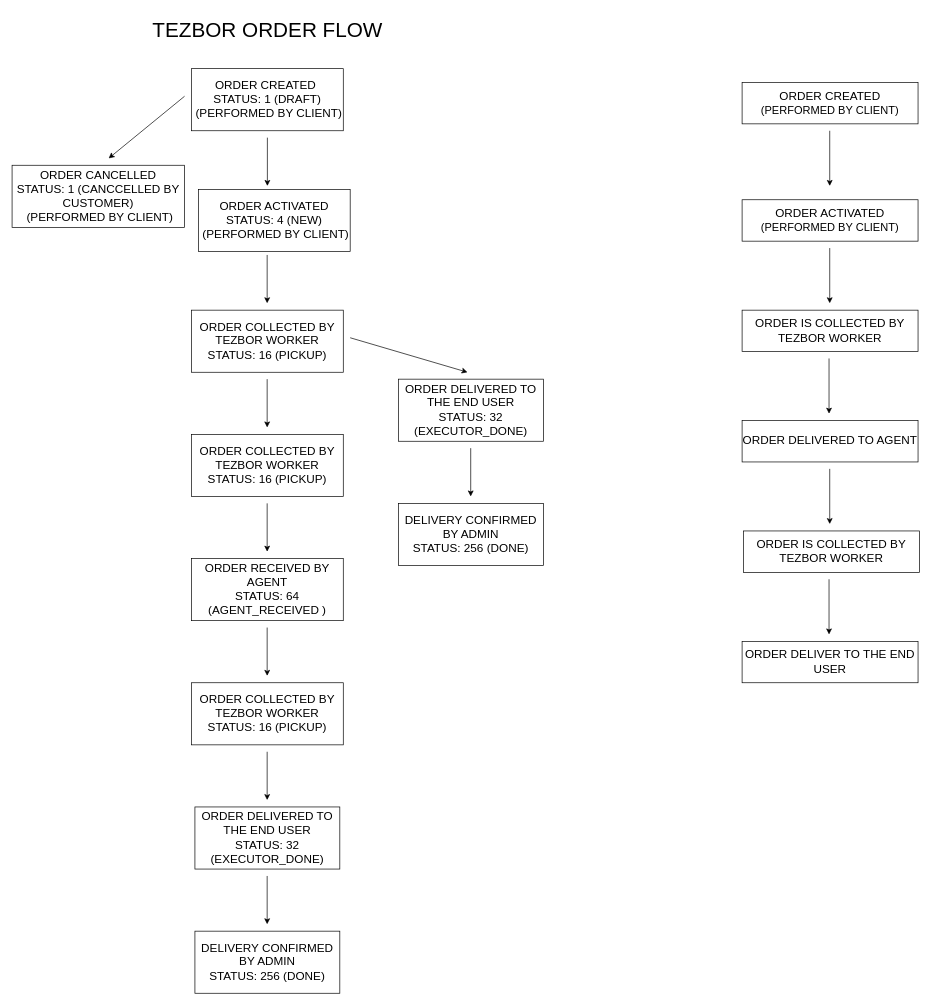
This is Tezbor-flow.drawio from shukurillo0516/tezbor-back-diagrams, a draw.io file, before an edit. Source tidied: cells renumbered, new cells numbered last; positions are measured from the earlier drawing's top-left corner, leaving out a move shared by most shapes. Both pictures are drawn from the tidied source at 69%, with x=0, y=0 at pixel (12, 12).
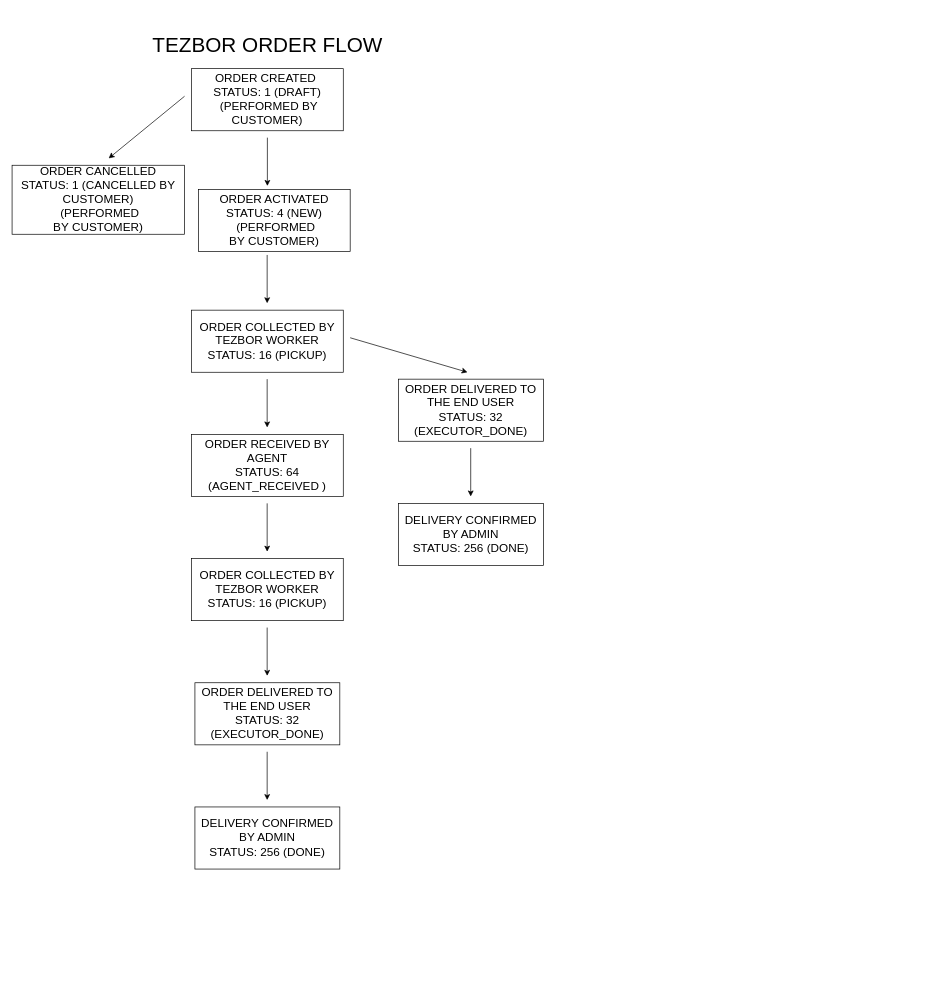
After the change.

Diff of the diagram source:
```diff
@@
-    <mxCell id="2" value="&lt;font style=&quot;font-size: 17px;&quot;&gt;ORDER CREATED&lt;/font&gt; &lt;font style=&quot;font-size: 16px;&quot;&gt;(PERFORMED BY CLIENT)&lt;/font&gt;" style="rounded=0;whiteSpace=wrap;html=1;" parent="1" vertex="1">
-      <mxGeometry x="1058" y="102" width="255" height="60" as="geometry" />
-    </mxCell>
-    <mxCell id="3" style="endArrow=classic;html=1;rounded=0;" parent="1" edge="1">
-      <mxGeometry relative="1" as="geometry">
-        <mxPoint x="1185" y="172" as="sourcePoint" />
-        <mxPoint x="1185" y="252" as="targetPoint" />
-      </mxGeometry>
-    </mxCell>
-    <mxCell id="4" value="&lt;font style=&quot;font-size: 17px;&quot;&gt;ORDER ACTIVATED&lt;/font&gt; &lt;font style=&quot;font-size: 16px;&quot;&gt;(PERFORMED BY CLIENT)&lt;/font&gt;" style="rounded=0;whiteSpace=wrap;html=1;" parent="1" vertex="1">
-      <mxGeometry x="1058" y="272" width="255" height="60" as="geometry" />
-    </mxCell>
-    <mxCell id="5" value="&lt;font style=&quot;font-size: 17px;&quot;&gt;ORDER DELIVERED TO AGENT&lt;br&gt;&lt;/font&gt;" style="rounded=0;whiteSpace=wrap;html=1;" parent="1" vertex="1">
-      <mxGeometry x="1058" y="592" width="255" height="60" as="geometry" />
-    </mxCell>
-    <mxCell id="6" style="endArrow=classic;html=1;rounded=0;" parent="1" edge="1">
-      <mxGeometry relative="1" as="geometry">
-        <mxPoint x="1185" y="342" as="sourcePoint" />
-        <mxPoint x="1185" y="422" as="targetPoint" />
-        <Array as="points">
-          <mxPoint x="1185" y="422" />
-        </Array>
-      </mxGeometry>
-    </mxCell>
-    <mxCell id="7" style="endArrow=classic;html=1;rounded=0;" parent="1" edge="1">
-      <mxGeometry relative="1" as="geometry">
-        <mxPoint x="1184" y="502" as="sourcePoint" />
-        <mxPoint x="1184" y="582" as="targetPoint" />
-        <Array as="points">
-          <mxPoint x="1184" y="582" />
-        </Array>
-      </mxGeometry>
-    </mxCell>
-    <mxCell id="8" style="endArrow=classic;html=1;rounded=0;" parent="1" edge="1">
-      <mxGeometry relative="1" as="geometry">
-        <mxPoint x="1185" y="662" as="sourcePoint" />
-        <mxPoint x="1185" y="742" as="targetPoint" />
-        <Array as="points">
-          <mxPoint x="1185" y="742" />
-        </Array>
-      </mxGeometry>
-    </mxCell>
-    <mxCell id="9" style="endArrow=classic;html=1;rounded=0;" parent="1" edge="1" target="10">
-      <mxGeometry relative="1" as="geometry">
-        <mxPoint x="1160" y="462" as="sourcePoint" />
-      </mxGeometry>
-    </mxCell>
-    <mxCell id="10" value="&lt;font style=&quot;font-size: 17px;&quot;&gt;ORDER IS COLLECTED BY TEZBOR WORKER&lt;/font&gt;" style="rounded=0;whiteSpace=wrap;html=1;" parent="1" vertex="1">
-      <mxGeometry x="1058" y="432" width="255" height="60" as="geometry" />
-    </mxCell>
-    <mxCell id="11" value="&lt;font style=&quot;font-size: 17px;&quot;&gt;ORDER IS COLLECTED BY TEZBOR WORKER&lt;/font&gt;" style="rounded=0;whiteSpace=wrap;html=1;" parent="1" vertex="1">
-      <mxGeometry x="1060" y="752" width="255" height="60" as="geometry" />
-    </mxCell>
-    <mxCell id="12" value="&lt;font style=&quot;font-size: 17px;&quot;&gt;ORDER DELIVER TO THE END USER&lt;/font&gt;" style="rounded=0;whiteSpace=wrap;html=1;" parent="1" vertex="1">
-      <mxGeometry x="1058" y="912" width="255" height="60" as="geometry" />
-    </mxCell>
-    <mxCell id="13" style="endArrow=classic;html=1;rounded=0;" parent="1" edge="1">
-      <mxGeometry relative="1" as="geometry">
-        <mxPoint x="1184" y="822" as="sourcePoint" />
-        <mxPoint x="1184" y="902" as="targetPoint" />
-        <Array as="points">
-          <mxPoint x="1184" y="902" />
-        </Array>
-      </mxGeometry>
-    </mxCell>
-    <mxCell id="14" value="&lt;div style=&quot;font-size: 17px;&quot;&gt;&lt;font style=&quot;font-size: 17px;&quot;&gt;ORDER CREATED&amp;nbsp;&lt;/font&gt;&lt;/div&gt;&lt;div style=&quot;font-size: 17px;&quot;&gt;&lt;font style=&quot;font-size: 17px;&quot;&gt;STATUS: 1 (DRAFT)&lt;/font&gt;&lt;/div&gt;&lt;div style=&quot;font-size: 17px;&quot;&gt;&lt;font style=&quot;font-size: 17px;&quot;&gt;&amp;nbsp;(PERFORMED BY CLIENT)&lt;/font&gt;&lt;/div&gt;" style="rounded=0;whiteSpace=wrap;html=1;" parent="1" vertex="1">
+    <mxCell id="14" value="&lt;div style=&quot;font-size: 17px;&quot;&gt;&lt;font style=&quot;font-size: 17px;&quot;&gt;ORDER CREATED&amp;nbsp;&lt;/font&gt;&lt;/div&gt;&lt;div style=&quot;font-size: 17px;&quot;&gt;&lt;font style=&quot;font-size: 17px;&quot;&gt;STATUS: 1 (DRAFT)&lt;/font&gt;&lt;/div&gt;&lt;div style=&quot;font-size: 17px;&quot;&gt;&lt;font style=&quot;font-size: 17px;&quot;&gt;&amp;nbsp;(PERFORMED BY CUSTOMER)&lt;/font&gt;&lt;/div&gt;" style="rounded=0;whiteSpace=wrap;html=1;" parent="1" vertex="1">
       <mxGeometry x="260" y="82" width="220" height="90" as="geometry" />
     </mxCell>
@@
-    <mxCell id="16" value="&lt;div style=&quot;font-size: 17px;&quot;&gt;&lt;font style=&quot;font-size: 17px;&quot;&gt;ORDER CANCELLED&lt;/font&gt;&lt;/div&gt;&lt;div style=&quot;font-size: 17px;&quot;&gt;&lt;font style=&quot;font-size: 17px;&quot;&gt;STATUS: 1 (CANCCELLED BY CUSTOMER)&lt;br&gt;&lt;/font&gt;&lt;/div&gt;&lt;div style=&quot;font-size: 17px;&quot;&gt;&lt;font style=&quot;font-size: 17px;&quot;&gt;&amp;nbsp;(PERFORMED BY CLIENT)&lt;/font&gt;&lt;/div&gt;" style="rounded=0;whiteSpace=wrap;html=1;" parent="1" vertex="1">
-      <mxGeometry y="222" width="250" height="90" as="geometry" />
+    <mxCell id="16" value="&lt;div style=&quot;font-size: 17px;&quot;&gt;&lt;font style=&quot;font-size: 17px;&quot;&gt;ORDER CANCELLED&lt;/font&gt;&lt;/div&gt;&lt;div style=&quot;font-size: 17px;&quot;&gt;&lt;font style=&quot;font-size: 17px;&quot;&gt;STATUS: 1 (CANCELLED BY CUSTOMER)&lt;br&gt;&lt;/font&gt;&lt;/div&gt;&lt;div style=&quot;font-size: 17px;&quot;&gt;&lt;font style=&quot;font-size: 17px;&quot;&gt;&amp;nbsp;(PERFORMED BY&amp;nbsp;&lt;/font&gt;&lt;font style=&quot;font-size: 17px;&quot;&gt;CUSTOMER&lt;/font&gt;&lt;font style=&quot;font-size: 17px;&quot;&gt;)&lt;/font&gt;&lt;/div&gt;" style="rounded=0;whiteSpace=wrap;html=1;" parent="1" vertex="1">
+      <mxGeometry y="222" width="250" height="100" as="geometry" />
     </mxCell>
-    <mxCell id="17" value="&lt;div style=&quot;font-size: 17px;&quot;&gt;&lt;font style=&quot;font-size: 17px;&quot;&gt;ORDER ACTIVATED&lt;br&gt;&lt;/font&gt;&lt;/div&gt;&lt;div style=&quot;font-size: 17px;&quot;&gt;&lt;font style=&quot;font-size: 17px;&quot;&gt;STATUS: 4 (NEW)&lt;/font&gt;&lt;/div&gt;&lt;div style=&quot;font-size: 17px;&quot;&gt;&lt;font style=&quot;font-size: 17px;&quot;&gt;&amp;nbsp;(PERFORMED BY CLIENT)&lt;/font&gt;&lt;/div&gt;" style="rounded=0;whiteSpace=wrap;html=1;" parent="1" vertex="1">
+    <mxCell id="17" value="&lt;div style=&quot;font-size: 17px;&quot;&gt;&lt;font style=&quot;font-size: 17px;&quot;&gt;ORDER ACTIVATED&lt;br&gt;&lt;/font&gt;&lt;/div&gt;&lt;div style=&quot;font-size: 17px;&quot;&gt;&lt;font style=&quot;font-size: 17px;&quot;&gt;STATUS: 4 (NEW)&lt;/font&gt;&lt;/div&gt;&lt;div style=&quot;font-size: 17px;&quot;&gt;&lt;font style=&quot;font-size: 17px;&quot;&gt;&amp;nbsp;(PERFORMED BY&amp;nbsp;&lt;/font&gt;&lt;font style=&quot;font-size: 17px;&quot;&gt;CUSTOMER&lt;/font&gt;&lt;font style=&quot;font-size: 17px;&quot;&gt;)&lt;/font&gt;&lt;/div&gt;" style="rounded=0;whiteSpace=wrap;html=1;" parent="1" vertex="1">
       <mxGeometry x="270" y="257" width="220" height="90" as="geometry" />
     </mxCell>
@@
-    <mxCell id="21" value="&lt;div style=&quot;font-size: 17px;&quot;&gt;&lt;font style=&quot;font-size: 17px;&quot;&gt;ORDER COLLECTED BY TEZBOR WORKER&lt;br&gt;&lt;/font&gt;&lt;/div&gt;&lt;div style=&quot;font-size: 17px;&quot;&gt;&lt;font style=&quot;font-size: 17px;&quot;&gt;STATUS: 16 (PICKUP)&lt;/font&gt;&lt;/div&gt;" style="rounded=0;whiteSpace=wrap;html=1;" parent="1" vertex="1">
-      <mxGeometry x="260" y="612" width="220" height="90" as="geometry" />
-    </mxCell>
@@
     <mxCell id="27" value="&lt;div style=&quot;font-size: 17px;&quot;&gt;&lt;font style=&quot;font-size: 17px;&quot;&gt;ORDER RECEIVED BY AGENT&lt;br&gt;&lt;/font&gt;&lt;/div&gt;&lt;div style=&quot;font-size: 17px;&quot;&gt;&lt;font style=&quot;font-size: 17px;&quot;&gt;STATUS:&amp;nbsp;&lt;/font&gt;64&lt;font style=&quot;font-size: 17px;&quot;&gt; (&lt;/font&gt;AGENT_RECEIVED &lt;font style=&quot;font-size: 17px;&quot;&gt;)&lt;/font&gt;&lt;/div&gt;" style="rounded=0;whiteSpace=wrap;html=1;" parent="1" vertex="1">
-      <mxGeometry x="260" y="792" width="220" height="90" as="geometry" />
+      <mxGeometry x="260" y="612" width="220" height="90" as="geometry" />
     </mxCell>
-    <mxCell id="28" style="endArrow=classic;html=1;rounded=0;" parent="1" edge="1">
-      <mxGeometry relative="1" as="geometry">
-        <mxPoint x="369.7" y="712" as="sourcePoint" />
-        <mxPoint x="369.7" y="782" as="targetPoint" />
-      </mxGeometry>
-    </mxCell>
     <mxCell id="29" value="&lt;div style=&quot;font-size: 17px;&quot;&gt;&lt;font style=&quot;font-size: 17px;&quot;&gt;ORDER COLLECTED BY TEZBOR WORKER&lt;br&gt;&lt;/font&gt;&lt;/div&gt;&lt;div style=&quot;font-size: 17px;&quot;&gt;&lt;font style=&quot;font-size: 17px;&quot;&gt;STATUS: 16 (PICKUP)&lt;/font&gt;&lt;/div&gt;" style="rounded=0;whiteSpace=wrap;html=1;" parent="1" vertex="1">
-      <mxGeometry x="260" y="972" width="220" height="90" as="geometry" />
+      <mxGeometry x="260" y="792" width="220" height="90" as="geometry" />
     </mxCell>
     <mxCell id="30" style="endArrow=classic;html=1;rounded=0;" parent="1" edge="1">
       <mxGeometry relative="1" as="geometry">
-        <mxPoint x="369.7" y="1072" as="sourcePoint" />
-        <mxPoint x="369.7" y="1142" as="targetPoint" />
+        <mxPoint x="369.7" y="892" as="sourcePoint" />
+        <mxPoint x="369.7" y="962" as="targetPoint" />
       </mxGeometry>
     </mxCell>
     <mxCell id="31" style="endArrow=classic;html=1;rounded=0;" parent="1" edge="1">
       <mxGeometry relative="1" as="geometry">
-        <mxPoint x="369.7" y="892" as="sourcePoint" />
-        <mxPoint x="369.7" y="962" as="targetPoint" />
+        <mxPoint x="369.7" y="712" as="sourcePoint" />
+        <mxPoint x="369.7" y="782" as="targetPoint" />
       </mxGeometry>
     </mxCell>
     <mxCell id="32" value="&lt;div style=&quot;font-size: 17px;&quot;&gt;&lt;font style=&quot;font-size: 17px;&quot;&gt;ORDER DELIVERED TO THE END USER&lt;br&gt;&lt;/font&gt;&lt;/div&gt;&lt;div style=&quot;font-size: 17px;&quot;&gt;&lt;font style=&quot;font-size: 17px;&quot;&gt;STATUS: 32&lt;/font&gt; &lt;font style=&quot;font-size: 17px;&quot;&gt;(&lt;/font&gt;EXECUTOR_DONE&lt;font style=&quot;font-size: 17px;&quot;&gt;)&lt;/font&gt;&lt;/div&gt;" style="rounded=0;whiteSpace=wrap;html=1;" parent="1" vertex="1">
-      <mxGeometry x="265" y="1152" width="210" height="90" as="geometry" />
+      <mxGeometry x="265" y="972" width="210" height="90" as="geometry" />
     </mxCell>
     <mxCell id="33" value="&lt;font style=&quot;font-size: 17px;&quot;&gt;DELIVERY CONFIRMED BY ADMIN&lt;/font&gt;&lt;br&gt;&lt;div style=&quot;font-size: 17px;&quot;&gt;&lt;font style=&quot;font-size: 17px;&quot;&gt;STATUS: 256&lt;/font&gt; &lt;font style=&quot;font-size: 17px;&quot;&gt;(&lt;/font&gt;DONE&lt;font style=&quot;font-size: 17px;&quot;&gt;)&lt;/font&gt;&lt;/div&gt;" style="rounded=0;whiteSpace=wrap;html=1;" parent="1" vertex="1">
-      <mxGeometry x="265" y="1332" width="210" height="90" as="geometry" />
+      <mxGeometry x="265" y="1152" width="210" height="90" as="geometry" />
     </mxCell>
     <mxCell id="34" style="endArrow=classic;html=1;rounded=0;" parent="1" edge="1">
       <mxGeometry relative="1" as="geometry">
-        <mxPoint x="369.7" y="1252" as="sourcePoint" />
-        <mxPoint x="369.7" y="1322" as="targetPoint" />
+        <mxPoint x="369.7" y="1072" as="sourcePoint" />
+        <mxPoint x="369.7" y="1142" as="targetPoint" />
       </mxGeometry>
     </mxCell>
     <mxCell id="35" value="&lt;div style=&quot;font-size: 13px;&quot;&gt;&lt;font style=&quot;font-size: 30px;&quot;&gt;TEZBOR ORDER FLOW&lt;/font&gt;&lt;/div&gt;" style="text;html=1;align=center;verticalAlign=middle;strokeColor=none;fillColor=none;" parent="1" vertex="1">
-      <mxGeometry x="190" width="360" height="50" as="geometry" />
+      <mxGeometry x="190" y="22" width="360" height="50" as="geometry" />
     </mxCell>
```
